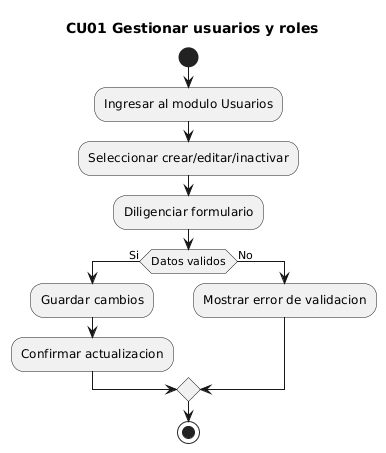
Above: docs/uml/render/actividades_cu/CU01_actividad_gestion_usuarios_roles.png in maranavard/SISTEMA-COMPUTACIONAL-PARA-LA-GESTION-Y-CONTROL-DE-ACCESO-DE-AUTOMOVILES-M-DULO-WEB (PlantUML), before the change. Source of this version:
```plantuml
@startuml
title CU01 Gestionar usuarios y roles
start
:Ingresar al modulo Usuarios;
:Seleccionar crear/editar/inactivar;
:Diligenciar formulario;
if (Datos validos) then (Si)
  :Guardar cambios;
  :Confirmar actualizacion;
else (No)
  :Mostrar error de validacion;
endif
stop
@enduml
```
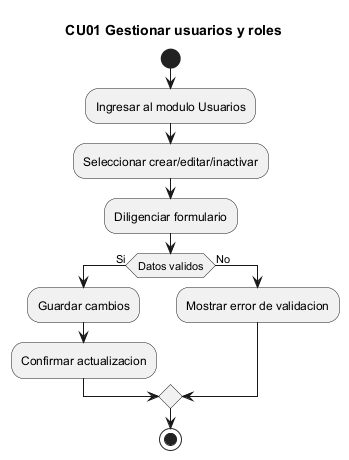
After the change.

What changed in the source:
```diff
@@ -1,4 +1,4 @@
-@startuml
+@startuml CU01_actividad_gestion_usuarios_roles
 title CU01 Gestionar usuarios y roles
 start
 :Ingresar al modulo Usuarios;
```
